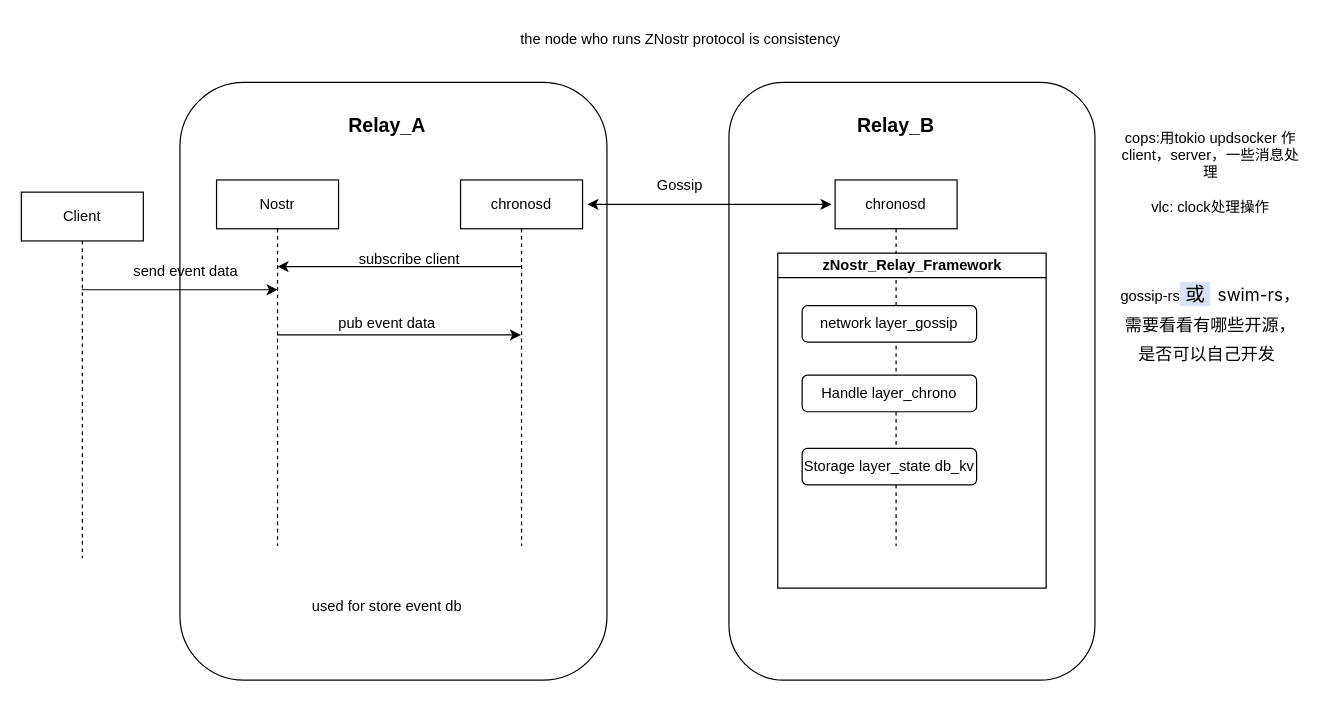
Above: 未命名绘图.drawio in sglk123/lingkangsg (draw.io), before the change. Source tidied: cells renumbered, new cells numbered last; positions are measured from the earlier drawing's top-left corner, leaving out a move shared by most shapes. Both pictures are drawn from the tidied source at 122%, with x=0, y=0 at pixel (21, 21).
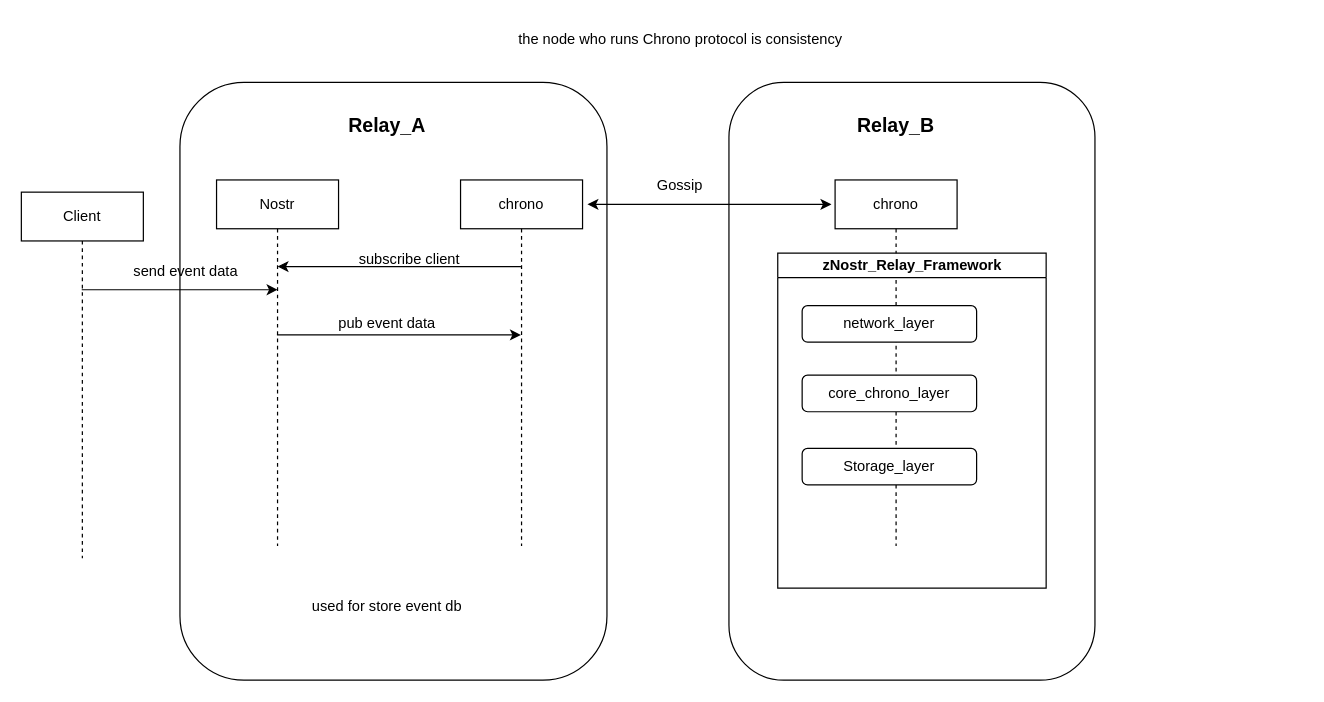
After the change.

Commit message:
更新未命名绘图.drawio

Unchanged cells that the change refers to:
```xml
<mxCell id="18" value="zNostr_Relay_Framework" style="swimlane;html=1;startSize=20;horizontal=1;containerType=tree;glass=0;" parent="1" vertex="1">
  <mxGeometry x="620" y="190" width="220" height="274.5" as="geometry" />
</mxCell>
```

What changed in the source:
```diff
@@
-    <mxCell id="7" value="chronosd" style="shape=umlLifeline;perimeter=lifelinePerimeter;whiteSpace=wrap;html=1;newEdgeStyle={&quot;curved&quot;:0,&quot;rounded&quot;:0};" parent="1" vertex="1">
+    <mxCell id="7" value="chrono" style="shape=umlLifeline;perimeter=lifelinePerimeter;whiteSpace=wrap;html=1;newEdgeStyle={&quot;curved&quot;:0,&quot;rounded&quot;:0};" parent="1" vertex="1">
       <mxGeometry x="360" y="130" width="100" height="300" as="geometry" />
     </mxCell>
@@
-    <mxCell id="15" value="chronosd" style="shape=umlLifeline;perimeter=lifelinePerimeter;whiteSpace=wrap;html=1;newEdgeStyle={&quot;curved&quot;:0,&quot;rounded&quot;:0};" parent="1" vertex="1">
+    <mxCell id="15" value="chrono" style="shape=umlLifeline;perimeter=lifelinePerimeter;whiteSpace=wrap;html=1;newEdgeStyle={&quot;curved&quot;:0,&quot;rounded&quot;:0};" parent="1" vertex="1">
       <mxGeometry x="667" y="130" width="100" height="300" as="geometry" />
     </mxCell>
@@
-    <mxCell id="19" value="network layer_gossip" style="rounded=1;whiteSpace=wrap;html=1;" parent="18" vertex="1">
+    <mxCell id="19" value="network_layer" style="rounded=1;whiteSpace=wrap;html=1;" parent="18" vertex="1">
       <mxGeometry x="20" y="43" width="143" height="30" as="geometry" />
     </mxCell>
-    <mxCell id="20" value="Handle layer_chrono" style="rounded=1;whiteSpace=wrap;html=1;" parent="1" vertex="1">
+    <mxCell id="20" value="core_chrono_layer" style="rounded=1;whiteSpace=wrap;html=1;" parent="1" vertex="1">
       <mxGeometry x="640" y="290" width="143" height="30" as="geometry" />
     </mxCell>
-    <mxCell id="21" value="Storage layer_state db_kv" style="rounded=1;whiteSpace=wrap;html=1;" parent="1" vertex="1">
+    <mxCell id="21" value="Storage_layer" style="rounded=1;whiteSpace=wrap;html=1;" parent="1" vertex="1">
       <mxGeometry x="640" y="350" width="143" height="30" as="geometry" />
     </mxCell>
@@
-    <mxCell id="23" value="the node who runs ZNostr protocol is consistency" style="text;html=1;strokeColor=none;fillColor=none;align=center;verticalAlign=middle;whiteSpace=wrap;rounded=0;" parent="1" vertex="1">
+    <mxCell id="23" value="the node who runs Chrono protocol is consistency" style="text;html=1;strokeColor=none;fillColor=none;align=center;verticalAlign=middle;whiteSpace=wrap;rounded=0;" parent="1" vertex="1">
       <mxGeometry x="382.5" width="315" height="30" as="geometry" />
     </mxCell>
-    <mxCell id="24" value="cops:用tokio updsocker 作client，server，一些消息处理&lt;br&gt;&lt;br&gt;vlc: clock处理操作" style="text;html=1;strokeColor=none;fillColor=none;align=center;verticalAlign=middle;whiteSpace=wrap;rounded=0;" parent="1" vertex="1">
-      <mxGeometry x="900" y="67" width="150" height="113" as="geometry" />
-    </mxCell>
-    <mxCell id="25" value="gossip-rs&lt;span style=&quot;font-family: Inter, ui-sans-serif, system-ui, -apple-system, BlinkMacSystemFont, &amp;quot;Segoe UI&amp;quot;, Roboto, &amp;quot;Helvetica Neue&amp;quot;, Arial, &amp;quot;Noto Sans&amp;quot;, sans-serif, &amp;quot;Apple Color Emoji&amp;quot;, &amp;quot;Segoe UI Emoji&amp;quot;, &amp;quot;Segoe UI Symbol&amp;quot;, &amp;quot;Noto Color Emoji&amp;quot;; font-size: 16px; text-align: start; background-color: rgb(218, 226, 248);&quot;&gt;&amp;nbsp;或&amp;nbsp;&lt;/span&gt;&lt;span style=&quot;box-sizing: border-box; border: 0px solid rgb(229, 231, 235); --tw-border-spacing-x: 0; --tw-border-spacing-y: 0; --tw-translate-x: 0; --tw-translate-y: 0; --tw-rotate: 0; --tw-skew-x: 0; --tw-skew-y: 0; --tw-scale-x: 1; --tw-scale-y: 1; --tw-pan-x: ; --tw-pan-y: ; --tw-pinch-zoom: ; --tw-scroll-snap-strictness: proximity; --tw-gradient-from-position: ; --tw-gradient-via-position: ; --tw-gradient-to-position: ; --tw-ordinal: ; --tw-slashed-zero: ; --tw-numeric-figure: ; --tw-numeric-spacing: ; --tw-numeric-fraction: ; --tw-ring-inset: ; --tw-ring-offset-width: 0px; --tw-ring-offset-color: #fff; --tw-ring-color: rgba(59,130,246,.5); --tw-ring-offset-shadow: 0 0 #0000; --tw-ring-shadow: 0 0 #0000; --tw-shadow: 0 0 #0000; --tw-shadow-colored: 0 0 #0000; --tw-blur: ; --tw-brightness: ; --tw-contrast: ; --tw-grayscale: ; --tw-hue-rotate: ; --tw-invert: ; --tw-saturate: ; --tw-sepia: ; --tw-drop-shadow: ; --tw-backdrop-blur: ; --tw-backdrop-brightness: ; --tw-backdrop-contrast: ; --tw-backdrop-grayscale: ; --tw-backdrop-hue-rotate: ; --tw-backdrop-invert: ; --tw-backdrop-opacity: ; --tw-backdrop-saturate: ; --tw-backdrop-sepia: ; border-radius: 0.25rem; background-color: var(--primary-500); padding: 2px 6px; font-size: 0.875rem; line-height: 1.5rem; --tw-text-opacity: 1; font-family: Inter, ui-sans-serif, system-ui, -apple-system, BlinkMacSystemFont, &amp;quot;Segoe UI&amp;quot;, Roboto, &amp;quot;Helvetica Neue&amp;quot;, Arial, &amp;quot;Noto Sans&amp;quot;, sans-serif, &amp;quot;Apple Color Emoji&amp;quot;, &amp;quot;Segoe UI Emoji&amp;quot;, &amp;quot;Segoe UI Symbol&amp;quot;, &amp;quot;Noto Color Emoji&amp;quot;; text-align: start;&quot; class=&quot;text-white dark:text-primary-0 bg-primary-500 dark:bg-[#29282c] px-[6px] py-[2px] text-sm rounded&quot;&gt;swim-rs，需要看看有哪些开源，是否可以自己开发&lt;/span&gt;" style="text;html=1;strokeColor=none;fillColor=none;align=center;verticalAlign=middle;whiteSpace=wrap;rounded=0;" parent="1" vertex="1">
-      <mxGeometry x="900" y="233" width="150" height="30" as="geometry" />
-    </mxCell>
```
